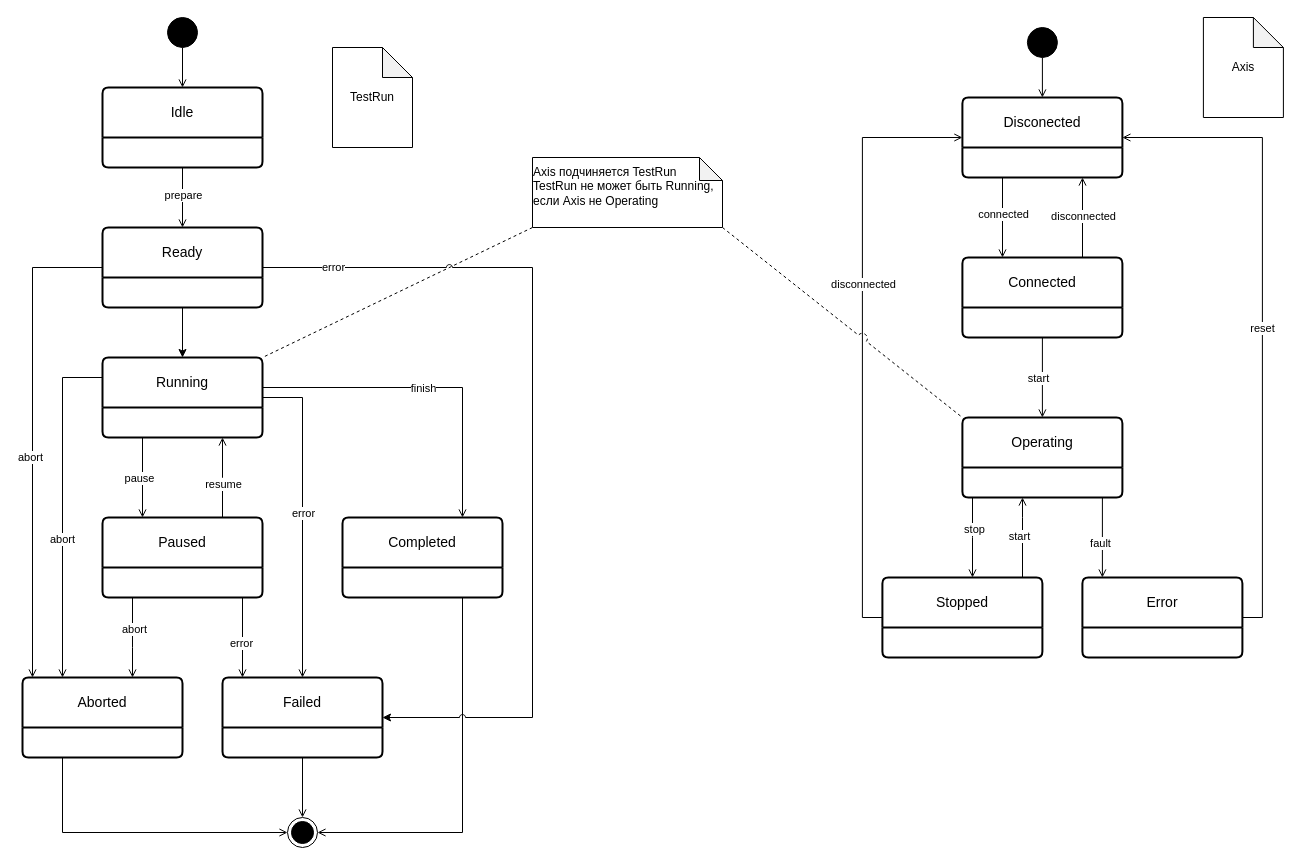
Above: page "ДС" (3 of 6) of docs/diagrams/analytics-artifacts.drawio in TarkWight/uas-test-system (draw.io), before the change. Source tidied: cells renumbered, new cells numbered last; positions are measured from the earlier drawing's top-left corner, leaving out a move shared by most shapes. Both pictures are drawn from the tidied source at 100%, with x=0, y=0 at pixel (22, 17).
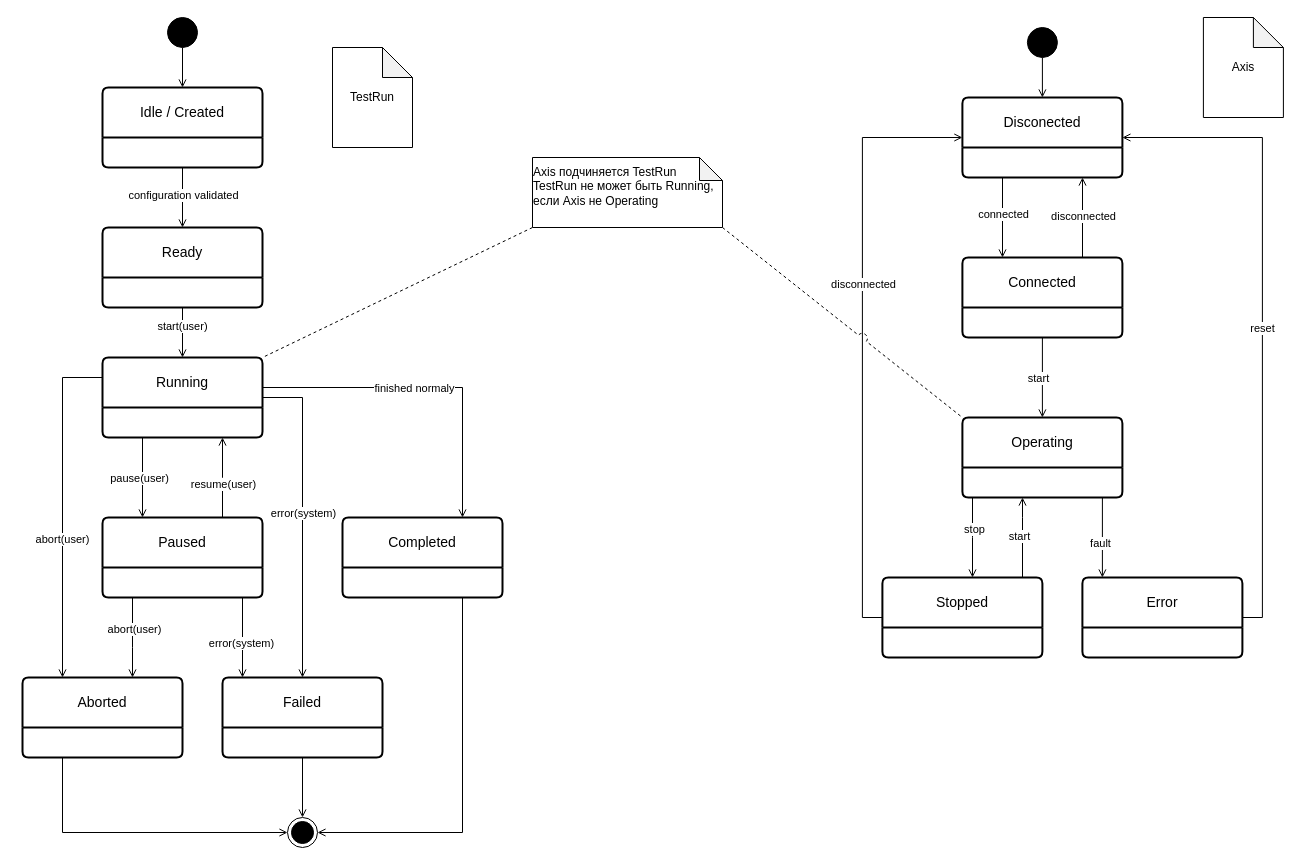
Above is the later version.

Commit message:
? fix SD: make the reasons for state transitions `TestRun` more explicit

The change refers to these unchanged cells:
```xml
<mxCell id="2" style="edgeStyle=orthogonalEdgeStyle;rounded=0;jettySize=auto;html=1;endArrow=open;endFill=0;" parent="1" edge="1" source="4" target="58">
  <mxGeometry relative="1" as="geometry" />
</mxCell>
<mxCell id="5" style="edgeStyle=orthogonalEdgeStyle;rounded=0;jettySize=auto;html=1;endArrow=open;endFill=0;" parent="1" edge="1" source="13" target="20">
  <mxGeometry relative="1" as="geometry">
    <Array as="points">
      <mxPoint x="120" y="460" />
      <mxPoint x="120" y="460" />
    </Array>
  </mxGeometry>
</mxCell>
<mxCell id="7" style="edgeStyle=orthogonalEdgeStyle;rounded=0;jettySize=auto;html=1;endArrow=open;endFill=0;" parent="1" edge="1" source="13" target="22">
  <mxGeometry relative="1" as="geometry">
    <Array as="points">
      <mxPoint x="40" y="360" />
    </Array>
  </mxGeometry>
</mxCell>
<mxCell id="9" style="edgeStyle=orthogonalEdgeStyle;rounded=0;jettySize=auto;html=1;endArrow=open;endFill=0;" parent="1" edge="1" source="13" target="24">
  <mxGeometry relative="1" as="geometry">
    <Array as="points">
      <mxPoint x="280" y="380" />
    </Array>
  </mxGeometry>
</mxCell>
<mxCell id="11" style="edgeStyle=orthogonalEdgeStyle;rounded=0;jettySize=auto;html=1;endArrow=open;endFill=0;" parent="1" edge="1" source="13" target="26">
  <mxGeometry relative="1" as="geometry">
    <Array as="points">
      <mxPoint x="440" y="370" />
    </Array>
  </mxGeometry>
</mxCell>
<mxCell id="13" value="Running" style="swimlane;horizontal=1;startSize=50;rounded=1;fontSize=14;fontStyle=0;strokeWidth=2;shadow=0;dashed=0;align=center;arcSize=4;whiteSpace=wrap;html=1;" parent="1" vertex="1">
  <mxGeometry x="80" y="340" width="160" height="80" as="geometry" />
</mxCell>
<mxCell id="14" style="edgeStyle=orthogonalEdgeStyle;rounded=0;jettySize=auto;html=1;endArrow=open;endFill=0;" parent="1" edge="1" source="20" target="13">
  <mxGeometry relative="1" as="geometry">
    <Array as="points">
      <mxPoint x="200" y="460" />
      <mxPoint x="200" y="460" />
    </Array>
  </mxGeometry>
</mxCell>
<mxCell id="16" style="edgeStyle=orthogonalEdgeStyle;rounded=0;jettySize=auto;html=1;endArrow=open;endFill=0;" parent="1" edge="1" source="20" target="22">
  <mxGeometry relative="1" as="geometry">
    <Array as="points">
      <mxPoint x="110" y="630" />
      <mxPoint x="110" y="630" />
    </Array>
  </mxGeometry>
</mxCell>
<mxCell id="18" style="edgeStyle=orthogonalEdgeStyle;rounded=0;jettySize=auto;html=1;endArrow=open;endFill=0;" parent="1" edge="1" source="20" target="24">
  <mxGeometry relative="1" as="geometry">
    <Array as="points">
      <mxPoint x="220" y="630" />
      <mxPoint x="220" y="630" />
    </Array>
  </mxGeometry>
</mxCell>
<mxCell id="22" value="Aborted" style="swimlane;horizontal=1;startSize=50;rounded=1;fontSize=14;fontStyle=0;strokeWidth=2;shadow=0;dashed=0;align=center;arcSize=4;whiteSpace=wrap;html=1;" parent="1" vertex="1">
  <mxGeometry y="660" width="160" height="80" as="geometry" />
</mxCell>
<mxCell id="24" value="Failed" style="swimlane;horizontal=1;startSize=50;rounded=1;fontSize=14;fontStyle=0;strokeWidth=2;shadow=0;dashed=0;align=center;arcSize=4;whiteSpace=wrap;html=1;" parent="1" vertex="1">
  <mxGeometry x="200" y="660" width="160" height="80" as="geometry" />
</mxCell>
<mxCell id="58" value="Ready" style="swimlane;horizontal=1;startSize=50;rounded=1;fontSize=14;fontStyle=0;strokeWidth=2;shadow=0;dashed=0;align=center;arcSize=4;whiteSpace=wrap;html=1;" parent="1" vertex="1">
  <mxGeometry x="80" y="210" width="160" height="80" as="geometry" />
</mxCell>
```

Diff of the diagram source:
```diff
@@
-    <mxCell id="3" value="prepare" style="edgeLabel;html=1;align=center;verticalAlign=middle;" parent="2" vertex="1">
+    <mxCell id="3" value="configuration validated" style="edgeLabel;html=1;align=center;verticalAlign=middle;" parent="2" vertex="1">
       <mxGeometry x="-0.1" relative="1" as="geometry" />
     </mxCell>
-    <mxCell id="4" value="Idle" style="swimlane;horizontal=1;startSize=50;rounded=1;fontSize=14;fontStyle=0;strokeWidth=2;shadow=0;dashed=0;align=center;arcSize=4;whiteSpace=wrap;html=1;" parent="1" vertex="1">
+    <mxCell id="4" value="Idle / Created" style="swimlane;horizontal=1;startSize=50;rounded=1;fontSize=14;fontStyle=0;strokeWidth=2;shadow=0;dashed=0;align=center;arcSize=4;whiteSpace=wrap;html=1;" parent="1" vertex="1">
       <mxGeometry x="80" y="70" width="160" height="80" as="geometry" />
     </mxCell>
@@
-    <mxCell id="6" value="pause" style="edgeLabel;html=1;align=center;verticalAlign=middle;" parent="5" vertex="1">
+    <mxCell id="6" value="pause(user)" style="edgeLabel;html=1;align=center;verticalAlign=middle;" parent="5" vertex="1">
       <mxGeometry y="-4" relative="1" as="geometry" />
     </mxCell>
@@
-    <mxCell id="8" value="abort" style="edgeLabel;html=1;align=center;verticalAlign=middle;" parent="7" vertex="1">
+    <mxCell id="8" value="abort(user)" style="edgeLabel;html=1;align=center;verticalAlign=middle;" parent="7" vertex="1">
       <mxGeometry x="0.18" y="-1" relative="1" as="geometry" />
     </mxCell>
@@
-    <mxCell id="10" value="error" style="edgeLabel;html=1;align=center;verticalAlign=middle;" parent="9" vertex="1">
+    <mxCell id="10" value="error(system)" style="edgeLabel;html=1;align=center;verticalAlign=middle;" parent="9" vertex="1">
       <mxGeometry x="-0.03" relative="1" as="geometry" />
     </mxCell>
@@
-    <mxCell id="12" value="finish" style="edgeLabel;html=1;align=center;verticalAlign=middle;" parent="11" vertex="1">
-      <mxGeometry x="-0.03" relative="1" as="geometry" />
+    <mxCell id="12" value="finished normaly" style="edgeLabel;html=1;align=center;verticalAlign=middle;" parent="11" vertex="1">
+      <mxGeometry x="-0.03" relative="1" as="geometry">
+        <mxPoint x="-9" as="offset" />
+      </mxGeometry>
     </mxCell>
@@
-    <mxCell id="15" value="resume" style="edgeLabel;html=1;align=center;verticalAlign=middle;" parent="14" vertex="1">
+    <mxCell id="15" value="resume(user)" style="edgeLabel;html=1;align=center;verticalAlign=middle;" parent="14" vertex="1">
       <mxGeometry x="-0.16" relative="1" as="geometry" />
     </mxCell>
@@
-    <mxCell id="17" value="abort" style="edgeLabel;html=1;align=center;verticalAlign=middle;" parent="16" vertex="1">
+    <mxCell id="17" value="abort(user)" style="edgeLabel;html=1;align=center;verticalAlign=middle;" parent="16" vertex="1">
       <mxGeometry x="-0.22" y="1" relative="1" as="geometry" />
     </mxCell>
@@
-    <mxCell id="19" value="error" style="edgeLabel;html=1;align=center;verticalAlign=middle;" parent="18" vertex="1">
+    <mxCell id="19" value="error(system)" style="edgeLabel;html=1;align=center;verticalAlign=middle;" parent="18" vertex="1">
       <mxGeometry x="0.12" y="-2" relative="1" as="geometry" />
     </mxCell>
@@
-    <mxCell id="53" style="edgeStyle=orthogonalEdgeStyle;rounded=0;jettySize=auto;html=1;" parent="1" edge="1" source="58" target="13">
+    <mxCell id="53" style="edgeStyle=orthogonalEdgeStyle;rounded=0;jettySize=auto;html=1;endArrow=open;endFill=0;" parent="1" edge="1" source="58" target="13">
       <mxGeometry relative="1" as="geometry" />
     </mxCell>
-    <mxCell id="54" style="edgeStyle=orthogonalEdgeStyle;rounded=0;jettySize=auto;html=1;endArrow=open;endFill=0;" parent="1" edge="1" source="58" target="22">
-      <mxGeometry relative="1" as="geometry">
-        <Array as="points">
-          <mxPoint x="10" y="250" />
-        </Array>
-      </mxGeometry>
-    </mxCell>
-    <mxCell id="55" value="abort" style="edgeLabel;html=1;align=center;verticalAlign=middle;" parent="54" vertex="1">
-      <mxGeometry x="0.08" y="-3" relative="1" as="geometry" />
-    </mxCell>
-    <mxCell id="56" style="edgeStyle=orthogonalEdgeStyle;rounded=0;jettySize=auto;html=1;jumpStyle=arc;" parent="1" edge="1" source="58" target="24">
-      <mxGeometry relative="1" as="geometry">
-        <Array as="points">
-          <mxPoint x="510" y="250" />
-          <mxPoint x="510" y="700" />
-        </Array>
-      </mxGeometry>
-    </mxCell>
-    <mxCell id="57" value="error" style="edgeLabel;html=1;align=center;verticalAlign=middle;" parent="56" vertex="1">
-      <mxGeometry x="-0.84" y="1" relative="1" as="geometry" />
-    </mxCell>
+    <mxCell id="64" value="start(user)" style="edgeLabel;html=1;align=center;verticalAlign=middle;" parent="53" vertex="1">
+      <mxGeometry x="-0.27" y="-1" relative="1" as="geometry" />
+    </mxCell>
```
